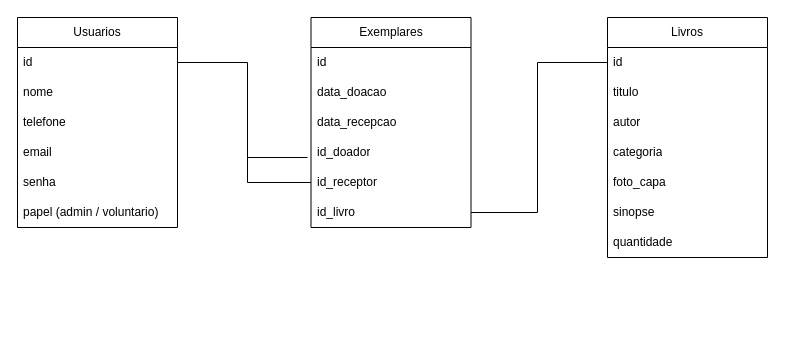
The draw.io diagram biblioteca-comunitaria.drawio in JuniorWSoares/Biblioteca-Comunitaria, before the edit. Source tidied: cells renumbered, new cells numbered last; positions are measured from the earlier drawing's top-left corner, leaving out a move shared by most shapes. Both pictures are drawn from the tidied source at 100%, with x=0, y=0 at pixel (17, 17).
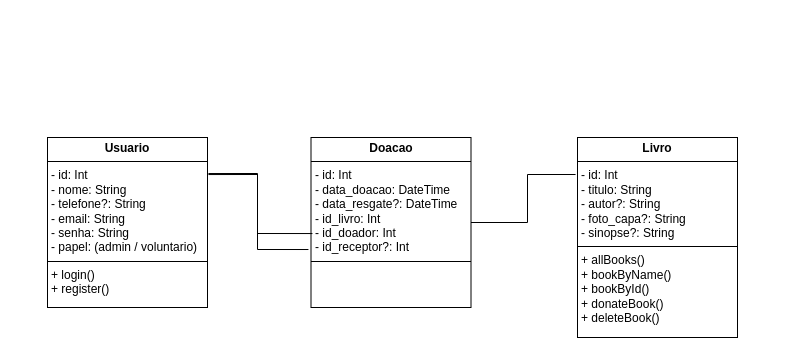
Above is the later version.

Change to the diagram source:
```diff
@@
-    <mxCell id="2" value="Livros" style="swimlane;fontStyle=0;horizontal=1;startSize=30;whiteSpace=wrap;html=1;" parent="1" vertex="1">
-      <mxGeometry x="590" width="160" height="240" as="geometry" />
-    </mxCell>
-    <mxCell id="3" value="id" style="text;strokeColor=none;fillColor=none;align=left;verticalAlign=middle;spacingLeft=4;spacingRight=4;overflow=hidden;points=[[0,0.5],[1,0.5]];portConstraint=eastwest;whiteSpace=wrap;html=1;" parent="2" vertex="1">
-      <mxGeometry y="30" width="160" height="30" as="geometry" />
-    </mxCell>
-    <mxCell id="4" value="titulo" style="text;strokeColor=none;fillColor=none;align=left;verticalAlign=middle;spacingLeft=4;spacingRight=4;overflow=hidden;whiteSpace=wrap;html=1;" parent="2" vertex="1">
-      <mxGeometry y="60" width="160" height="30" as="geometry" />
-    </mxCell>
-    <mxCell id="5" value="autor" style="text;strokeColor=none;fillColor=none;align=left;verticalAlign=middle;spacingLeft=4;spacingRight=4;overflow=hidden;whiteSpace=wrap;html=1;" parent="2" vertex="1">
-      <mxGeometry y="90" width="160" height="30" as="geometry" />
-    </mxCell>
-    <mxCell id="6" value="categoria" style="text;strokeColor=none;fillColor=none;align=left;verticalAlign=middle;spacingLeft=4;spacingRight=4;overflow=hidden;whiteSpace=wrap;html=1;" parent="2" vertex="1">
-      <mxGeometry y="120" width="160" height="30" as="geometry" />
-    </mxCell>
-    <mxCell id="7" value="foto_capa" style="text;strokeColor=none;fillColor=none;align=left;verticalAlign=middle;spacingLeft=4;spacingRight=4;overflow=hidden;whiteSpace=wrap;html=1;" parent="2" vertex="1">
-      <mxGeometry y="150" width="160" height="30" as="geometry" />
-    </mxCell>
-    <mxCell id="8" value="sinopse" style="text;strokeColor=none;fillColor=none;align=left;verticalAlign=middle;spacingLeft=4;spacingRight=4;overflow=hidden;whiteSpace=wrap;html=1;" parent="2" vertex="1">
-      <mxGeometry y="180" width="160" height="30" as="geometry" />
-    </mxCell>
-    <mxCell id="9" value="quantidade" style="text;strokeColor=none;fillColor=none;align=left;verticalAlign=middle;spacingLeft=4;spacingRight=4;overflow=hidden;whiteSpace=wrap;html=1;" parent="2" vertex="1">
-      <mxGeometry y="210" width="160" height="30" as="geometry" />
-    </mxCell>
-    <mxCell id="10" value="Usuarios" style="swimlane;fontStyle=0;horizontal=1;startSize=30;whiteSpace=wrap;html=1;" parent="1" vertex="1">
-      <mxGeometry width="160" height="210" as="geometry" />
-    </mxCell>
-    <mxCell id="11" value="id" style="text;strokeColor=none;fillColor=none;align=left;verticalAlign=middle;spacingLeft=4;spacingRight=4;overflow=hidden;points=[[0,0.5],[1,0.5]];portConstraint=eastwest;whiteSpace=wrap;html=1;" parent="10" vertex="1">
-      <mxGeometry y="30" width="160" height="30" as="geometry" />
-    </mxCell>
-    <mxCell id="12" value="nome" style="text;strokeColor=none;fillColor=none;align=left;verticalAlign=middle;spacingLeft=4;spacingRight=4;overflow=hidden;whiteSpace=wrap;html=1;" parent="10" vertex="1">
-      <mxGeometry y="60" width="160" height="30" as="geometry" />
-    </mxCell>
-    <mxCell id="13" value="telefone" style="text;strokeColor=none;fillColor=none;align=left;verticalAlign=middle;spacingLeft=4;spacingRight=4;overflow=hidden;whiteSpace=wrap;html=1;" parent="10" vertex="1">
-      <mxGeometry y="90" width="160" height="30" as="geometry" />
-    </mxCell>
-    <mxCell id="14" value="email" style="text;strokeColor=none;fillColor=none;align=left;verticalAlign=middle;spacingLeft=4;spacingRight=4;overflow=hidden;whiteSpace=wrap;html=1;" parent="10" vertex="1">
-      <mxGeometry y="120" width="160" height="30" as="geometry" />
-    </mxCell>
-    <mxCell id="15" value="senha" style="text;strokeColor=none;fillColor=none;align=left;verticalAlign=middle;spacingLeft=4;spacingRight=4;overflow=hidden;whiteSpace=wrap;html=1;" parent="10" vertex="1">
-      <mxGeometry y="150" width="160" height="30" as="geometry" />
-    </mxCell>
-    <mxCell id="16" value="papel (admin / voluntario)" style="text;strokeColor=none;fillColor=none;align=left;verticalAlign=middle;spacingLeft=4;spacingRight=4;overflow=hidden;whiteSpace=wrap;html=1;" parent="10" vertex="1">
-      <mxGeometry y="180" width="160" height="30" as="geometry" />
-    </mxCell>
-    <mxCell id="17" value="Exemplares" style="swimlane;fontStyle=0;horizontal=1;startSize=30;whiteSpace=wrap;html=1;" parent="1" vertex="1">
-      <mxGeometry x="293.5" width="160" height="210" as="geometry" />
-    </mxCell>
-    <mxCell id="18" value="id" style="text;strokeColor=none;fillColor=none;align=left;verticalAlign=middle;spacingLeft=4;spacingRight=4;overflow=hidden;whiteSpace=wrap;html=1;" parent="17" vertex="1">
-      <mxGeometry y="30" width="160" height="30" as="geometry" />
-    </mxCell>
-    <mxCell id="19" value="data_doacao" style="text;strokeColor=none;fillColor=none;align=left;verticalAlign=middle;spacingLeft=4;spacingRight=4;overflow=hidden;whiteSpace=wrap;html=1;" parent="17" vertex="1">
-      <mxGeometry y="60" width="160" height="30" as="geometry" />
-    </mxCell>
-    <mxCell id="20" value="data_recepcao" style="text;strokeColor=none;fillColor=none;align=left;verticalAlign=middle;spacingLeft=4;spacingRight=4;overflow=hidden;whiteSpace=wrap;html=1;" parent="17" vertex="1">
-      <mxGeometry y="90" width="160" height="30" as="geometry" />
-    </mxCell>
-    <mxCell id="21" value="id_doador" style="text;strokeColor=none;fillColor=none;align=left;verticalAlign=middle;spacingLeft=4;spacingRight=4;overflow=hidden;whiteSpace=wrap;html=1;" parent="17" vertex="1">
-      <mxGeometry y="120" width="160" height="30" as="geometry" />
-    </mxCell>
-    <mxCell id="22" value="id_receptor" style="text;strokeColor=none;fillColor=none;align=left;verticalAlign=middle;spacingLeft=4;spacingRight=4;overflow=hidden;points=[[0,0.5],[1,0.5]];portConstraint=eastwest;whiteSpace=wrap;html=1;" parent="17" vertex="1">
-      <mxGeometry y="150" width="160" height="30" as="geometry" />
-    </mxCell>
-    <mxCell id="23" value="id_livro" style="text;strokeColor=none;fillColor=none;align=left;verticalAlign=middle;spacingLeft=4;spacingRight=4;overflow=hidden;points=[[0,0.5],[1,0.5]];portConstraint=eastwest;whiteSpace=wrap;html=1;" parent="17" vertex="1">
-      <mxGeometry y="180" width="160" height="30" as="geometry" />
-    </mxCell>
-    <mxCell id="24" style="endArrow=none;html=1;rounded=0;entryX=1;entryY=0.5;entryDx=0;entryDy=0;" parent="1" edge="1" target="11">
-      <mxGeometry relative="1" as="geometry">
-        <mxPoint x="290" y="140" as="sourcePoint" />
-        <Array as="points">
-          <mxPoint x="230" y="140" />
-          <mxPoint x="230" y="45" />
-        </Array>
-      </mxGeometry>
-    </mxCell>
-    <mxCell id="25" style="endArrow=none;html=1;rounded=0;exitX=0;exitY=0.5;exitDx=0;exitDy=0;" parent="1" edge="1" source="22">
-      <mxGeometry relative="1" as="geometry">
-        <mxPoint x="230" y="140" as="targetPoint" />
-        <Array as="points">
-          <mxPoint x="230" y="165" />
-        </Array>
-      </mxGeometry>
-    </mxCell>
-    <mxCell id="26" style="endArrow=none;html=1;rounded=0;entryX=0;entryY=0.5;entryDx=0;entryDy=0;exitX=1;exitY=0.5;exitDx=0;exitDy=0;" parent="1" edge="1" source="23" target="3">
-      <mxGeometry relative="1" as="geometry">
-        <Array as="points">
-          <mxPoint x="520" y="195" />
-          <mxPoint x="520" y="45" />
-        </Array>
-      </mxGeometry>
-    </mxCell>
+    <mxCell id="27" value="&lt;p style=&quot;margin:0px;margin-top:4px;text-align:center;&quot;&gt;&lt;b&gt;Usuario&lt;/b&gt;&lt;/p&gt;&lt;hr size=&quot;1&quot; style=&quot;border-style:solid;&quot;&gt;&lt;p style=&quot;margin:0px;margin-left:4px;&quot;&gt;- id: Int&lt;/p&gt;&lt;p style=&quot;margin:0px;margin-left:4px;&quot;&gt;&lt;span style=&quot;background-color: transparent; color: light-dark(rgb(0, 0, 0), rgb(255, 255, 255));&quot;&gt;- nome: String&lt;/span&gt;&lt;/p&gt;&lt;p style=&quot;margin:0px;margin-left:4px;&quot;&gt;&lt;span style=&quot;background-color: transparent; color: light-dark(rgb(0, 0, 0), rgb(255, 255, 255));&quot;&gt;- telefone?: String&lt;/span&gt;&lt;/p&gt;&lt;p style=&quot;margin:0px;margin-left:4px;&quot;&gt;- email: String&lt;/p&gt;&lt;p style=&quot;margin:0px;margin-left:4px;&quot;&gt;- senha: String&lt;/p&gt;&lt;p style=&quot;margin:0px;margin-left:4px;&quot;&gt;- papel: (admin / voluntario)&lt;/p&gt;&lt;hr size=&quot;1&quot; style=&quot;border-style:solid;&quot;&gt;&lt;p style=&quot;margin:0px;margin-left:4px;&quot;&gt;+ login()&lt;/p&gt;&lt;p style=&quot;margin:0px;margin-left:4px;&quot;&gt;+ register()&lt;/p&gt;" style="verticalAlign=top;align=left;overflow=fill;html=1;whiteSpace=wrap;" parent="1" vertex="1">
+      <mxGeometry x="30" y="120" width="160" height="170" as="geometry" />
+    </mxCell>
+    <mxCell id="28" style="edgeStyle=orthogonalEdgeStyle;rounded=0;orthogonalLoop=1;jettySize=auto;html=1;exitX=0.5;exitY=1;exitDx=0;exitDy=0;" parent="1" edge="1" source="27" target="27">
+      <mxGeometry relative="1" as="geometry" />
+    </mxCell>
+    <mxCell id="29" value="&lt;p style=&quot;margin:0px;margin-top:4px;text-align:center;&quot;&gt;&lt;b&gt;Doacao&lt;/b&gt;&lt;/p&gt;&lt;hr size=&quot;1&quot; style=&quot;border-style:solid;&quot;&gt;&lt;p style=&quot;margin: 0px 0px 0px 4px;&quot;&gt;- id: Int&lt;/p&gt;&lt;p style=&quot;margin: 0px 0px 0px 4px;&quot;&gt;- data_doacao: DateTime&lt;/p&gt;&lt;p style=&quot;margin: 0px 0px 0px 4px;&quot;&gt;&lt;span style=&quot;background-color: transparent; color: light-dark(rgb(0, 0, 0), rgb(255, 255, 255));&quot;&gt;- data_resgate?: DateTime&lt;/span&gt;&lt;/p&gt;&lt;p style=&quot;margin: 0px 0px 0px 4px;&quot;&gt;&lt;span style=&quot;background-color: transparent; color: light-dark(rgb(0, 0, 0), rgb(255, 255, 255));&quot;&gt;- id_livro: Int&lt;/span&gt;&lt;/p&gt;&lt;p style=&quot;margin: 0px 0px 0px 4px;&quot;&gt;&lt;span style=&quot;background-color: transparent; color: light-dark(rgb(0, 0, 0), rgb(255, 255, 255));&quot;&gt;- id_doador: Int&lt;br&gt;&lt;/span&gt;&lt;/p&gt;&lt;p style=&quot;margin: 0px 0px 0px 4px;&quot;&gt;- id_receptor?: Int&lt;/p&gt;&lt;hr size=&quot;1&quot; style=&quot;border-style:solid;&quot;&gt;&lt;p style=&quot;margin:0px;margin-left:4px;&quot;&gt;&lt;br&gt;&lt;/p&gt;" style="verticalAlign=top;align=left;overflow=fill;html=1;whiteSpace=wrap;" parent="1" vertex="1">
+      <mxGeometry x="293.5" y="120" width="160" height="170" as="geometry" />
+    </mxCell>
+    <mxCell id="30" value="&lt;p style=&quot;margin:0px;margin-top:4px;text-align:center;&quot;&gt;&lt;b&gt;Livro&lt;/b&gt;&lt;/p&gt;&lt;hr size=&quot;1&quot; style=&quot;border-style:solid;&quot;&gt;&lt;p style=&quot;margin:0px;margin-left:4px;&quot;&gt;- id: Int&lt;/p&gt;&lt;p style=&quot;margin:0px;margin-left:4px;&quot;&gt;&lt;span style=&quot;background-color: transparent; color: light-dark(rgb(0, 0, 0), rgb(255, 255, 255));&quot;&gt;- titulo: String&lt;/span&gt;&lt;/p&gt;&lt;p style=&quot;margin:0px;margin-left:4px;&quot;&gt;&lt;span style=&quot;background-color: transparent; color: light-dark(rgb(0, 0, 0), rgb(255, 255, 255));&quot;&gt;- autor?: String&lt;/span&gt;&lt;/p&gt;&lt;p style=&quot;margin:0px;margin-left:4px;&quot;&gt;- foto_capa?: String&lt;/p&gt;&lt;p style=&quot;margin:0px;margin-left:4px;&quot;&gt;- sinopse?: String&lt;/p&gt;&lt;hr size=&quot;1&quot; style=&quot;border-style:solid;&quot;&gt;&lt;p style=&quot;margin:0px;margin-left:4px;&quot;&gt;+ allBooks()&lt;/p&gt;&lt;p style=&quot;margin:0px;margin-left:4px;&quot;&gt;+ bookByName()&lt;/p&gt;&lt;p style=&quot;margin:0px;margin-left:4px;&quot;&gt;+ bookById()&lt;/p&gt;&lt;p style=&quot;margin:0px;margin-left:4px;&quot;&gt;+ donateBook()&lt;/p&gt;&lt;p style=&quot;margin:0px;margin-left:4px;&quot;&gt;+ deleteBook()&lt;/p&gt;" style="verticalAlign=top;align=left;overflow=fill;html=1;whiteSpace=wrap;" parent="1" vertex="1">
+      <mxGeometry x="560" y="120" width="160" height="200" as="geometry" />
+    </mxCell>
+    <mxCell id="31" style="endArrow=none;html=1;rounded=0;entryX=1.006;entryY=0.218;entryDx=0;entryDy=0;exitX=0.009;exitY=0.565;exitDx=0;exitDy=0;exitPerimeter=0;entryPerimeter=0;" parent="1" edge="1" source="29" target="27">
+      <mxGeometry relative="1" as="geometry">
+        <Array as="points">
+          <mxPoint x="240" y="216" />
+          <mxPoint x="240" y="157" />
+        </Array>
+      </mxGeometry>
+    </mxCell>
+    <mxCell id="32" style="endArrow=none;html=1;rounded=0;entryX=1.006;entryY=0.212;entryDx=0;entryDy=0;entryPerimeter=0;exitX=-0.016;exitY=0.659;exitDx=0;exitDy=0;exitPerimeter=0;" parent="1" edge="1" source="29" target="27">
+      <mxGeometry relative="1" as="geometry">
+        <Array as="points">
+          <mxPoint x="240" y="232" />
+          <mxPoint x="240" y="156" />
+        </Array>
+      </mxGeometry>
+    </mxCell>
+    <mxCell id="33" style="endArrow=none;html=1;rounded=0;entryX=1;entryY=0.5;entryDx=0;entryDy=0;exitX=-0.012;exitY=0.185;exitDx=0;exitDy=0;exitPerimeter=0;" parent="1" edge="1" source="30" target="29">
+      <mxGeometry relative="1" as="geometry">
+        <Array as="points">
+          <mxPoint x="510" y="157" />
+          <mxPoint x="510" y="205" />
+        </Array>
+      </mxGeometry>
+    </mxCell>
```
